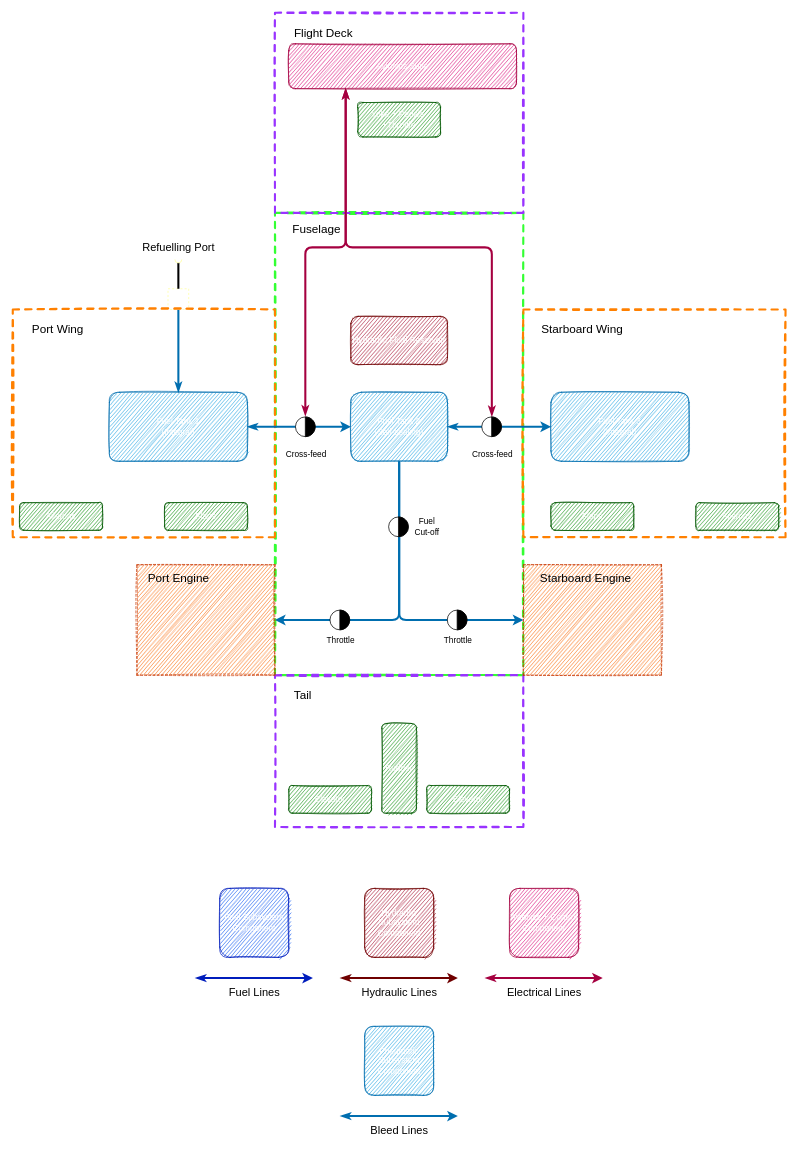
Earlier version of the draw.io diagram pyavd/Models/Subsystems/Systems Diagrams/High Level.drawio (AVD-2021/PyAVD). Source tidied: cells renumbered, new cells numbered last; positions are measured from the earlier drawing's top-left corner, leaving out a move shared by most shapes. Both pictures are drawn from the tidied source at 69%, with x=0, y=0 at pixel (12, 12).
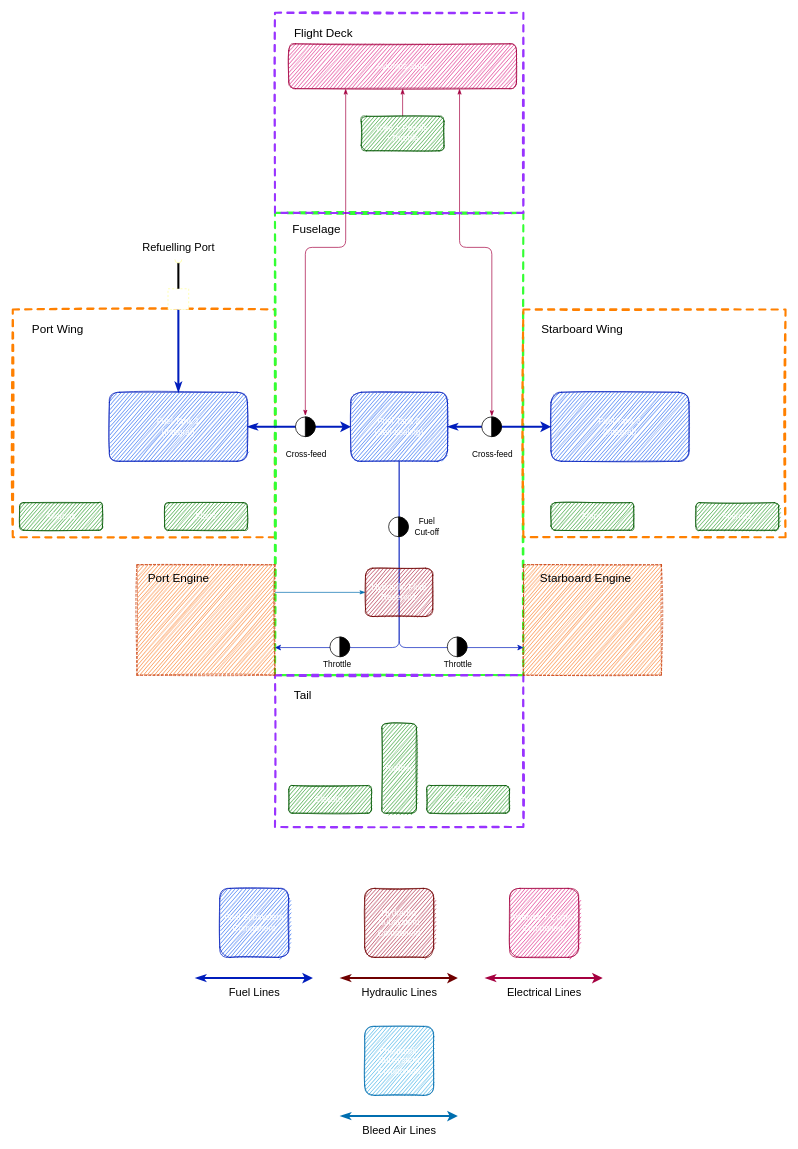
After the change.

Commit message:
high level diag

Unchanged cells that the change refers to:
```xml
<mxCell id="3" style="html=1;rounded=0;glass=0;dashed=1;sketch=0;fontSize=16;strokeColor=#FFFF99;strokeWidth=1;fillColor=#FFFFFF;direction=south;" parent="1" vertex="1">
  <mxGeometry x="225" y="400" width="30" height="30" as="geometry" />
</mxCell>
<mxCell id="19" style="shape=mxgraph.pid.fittings.self-operating_release_valve;html=1;align=center;verticalLabelPosition=bottom;verticalAlign=top;dashed=0;rotation=-45;" parent="1" vertex="1">
  <mxGeometry x="680" y="585" width="30" height="30" as="geometry" />
</mxCell>
<mxCell id="37" style="rounded=0;whiteSpace=wrap;html=1;dashed=1;strokeWidth=1;glass=0;sketch=1;fontColor=#000000;strokeColor=#C73500;fillStyle=auto;fillColor=#fa6800;" parent="1" vertex="1">
  <mxGeometry x="180" y="800" width="200" height="160" as="geometry" />
</mxCell>
<mxCell id="38" style="rounded=0;whiteSpace=wrap;html=1;fillColor=#fa6800;dashed=1;strokeWidth=1;glass=0;sketch=1;strokeColor=#C73500;fontColor=#000000;" parent="1" vertex="1">
  <mxGeometry x="740" y="800" width="200" height="160" as="geometry" />
</mxCell>
<mxCell id="54" value="Avionics Suite" style="rounded=1;whiteSpace=wrap;html=1;fillColor=#d80073;fontColor=#ffffff;strokeColor=#A50040;sketch=1;" parent="1" vertex="1">
  <mxGeometry x="400" y="45" width="330" height="65" as="geometry" />
</mxCell>
```

Diff of the diagram source:
```diff
@@
+    <mxCell id="7" style="rounded=0;whiteSpace=wrap;html=1;fillColor=none;dashed=1;strokeWidth=3;glass=1;sketch=1;strokeColor=#FF8000;" parent="1" vertex="1">
+      <mxGeometry y="430" width="380" height="330" as="geometry" />
+    </mxCell>
-    <mxCell id="2" style="edgeStyle=orthogonalEdgeStyle;rounded=1;jettySize=auto;html=1;entryX=0.5;entryY=0;entryDx=0;entryDy=0;fontSize=16;startArrow=none;startFill=0;endArrow=classicThin;endFill=1;strokeWidth=3;fillColor=#1ba1e2;strokeColor=#006EAF;" parent="1" edge="1" source="3" target="9">
+    <mxCell id="2" style="edgeStyle=orthogonalEdgeStyle;rounded=1;jettySize=auto;html=1;entryX=0.5;entryY=0;entryDx=0;entryDy=0;fontSize=16;startArrow=none;startFill=0;endArrow=classicThin;endFill=1;strokeWidth=3;fillColor=#0050ef;strokeColor=#001DBC;" parent="1" edge="1" source="3" target="9">
       <mxGeometry relative="1" as="geometry" />
     </mxCell>
@@
-    <mxCell id="7" style="rounded=0;whiteSpace=wrap;html=1;fillColor=none;dashed=1;strokeWidth=3;glass=1;sketch=1;strokeColor=#FF8000;" parent="1" vertex="1">
-      <mxGeometry y="430" width="380" height="330" as="geometry" />
-    </mxCell>
-    <mxCell id="8" style="edgeStyle=orthogonalEdgeStyle;rounded=0;jettySize=auto;html=1;entryX=0;entryY=0.5;entryDx=0;entryDy=0;startArrow=classicThin;startFill=1;strokeWidth=3;fillColor=#1ba1e2;strokeColor=#006EAF;" parent="1" edge="1" source="9" target="13">
+    <mxCell id="8" style="edgeStyle=orthogonalEdgeStyle;rounded=0;jettySize=auto;html=1;entryX=0;entryY=0.5;entryDx=0;entryDy=0;startArrow=classicThin;startFill=1;strokeWidth=3;fillColor=#0050ef;strokeColor=#001DBC;" parent="1" edge="1" source="9" target="13">
       <mxGeometry relative="1" as="geometry" />
     </mxCell>
-    <mxCell id="9" value="Fuel Tank 1&lt;br&gt;(Integral)" style="rounded=1;whiteSpace=wrap;html=1;fillColor=#1ba1e2;strokeColor=#006EAF;fontColor=#ffffff;sketch=1;" parent="1" vertex="1">
+    <mxCell id="9" value="Fuel Tank 1&lt;br&gt;(Integral)" style="rounded=1;whiteSpace=wrap;html=1;fillColor=#0050ef;strokeColor=#001DBC;fontColor=#ffffff;sketch=1;" parent="1" vertex="1">
       <mxGeometry x="140" y="550" width="200" height="100" as="geometry" />
     </mxCell>
-    <mxCell id="10" style="edgeStyle=orthogonalEdgeStyle;rounded=0;jettySize=auto;html=1;entryX=0;entryY=0.5;entryDx=0;entryDy=0;startArrow=classicThin;startFill=1;strokeWidth=3;fillColor=#1ba1e2;strokeColor=#006EAF;" parent="1" edge="1" source="13" target="14">
+    <mxCell id="10" style="edgeStyle=orthogonalEdgeStyle;rounded=0;jettySize=auto;html=1;entryX=0;entryY=0.5;entryDx=0;entryDy=0;startArrow=classicThin;startFill=1;strokeWidth=3;fillColor=#0050ef;strokeColor=#001DBC;" parent="1" edge="1" source="13" target="14">
       <mxGeometry relative="1" as="geometry" />
     </mxCell>
-    <mxCell id="11" style="edgeStyle=orthogonalEdgeStyle;jettySize=auto;html=1;entryX=1;entryY=0.5;entryDx=0;entryDy=0;fontSize=16;startArrow=none;startFill=0;strokeWidth=3;fillColor=#1ba1e2;strokeColor=#006EAF;rounded=1;" parent="1" edge="1" source="13" target="37">
+    <mxCell id="11" style="edgeStyle=orthogonalEdgeStyle;jettySize=auto;html=1;entryX=1;entryY=0.75;entryDx=0;entryDy=0;fontSize=16;startArrow=none;startFill=0;strokeWidth=1;fillColor=#0050ef;strokeColor=#001DBC;rounded=1;" parent="1" edge="1" source="13" target="37">
       <mxGeometry relative="1" as="geometry">
         <Array as="points">
-          <mxPoint x="560" y="880" />
+          <mxPoint x="560" y="920" />
         </Array>
       </mxGeometry>
     </mxCell>
-    <mxCell id="12" style="edgeStyle=orthogonalEdgeStyle;rounded=1;jettySize=auto;html=1;entryX=0;entryY=0.5;entryDx=0;entryDy=0;fontSize=16;startArrow=none;startFill=0;strokeWidth=3;fillColor=#1ba1e2;strokeColor=#006EAF;" parent="1" edge="1" source="13" target="38">
+    <mxCell id="12" style="edgeStyle=orthogonalEdgeStyle;rounded=1;jettySize=auto;html=1;entryX=0;entryY=0.75;entryDx=0;entryDy=0;fontSize=16;startArrow=none;startFill=0;strokeWidth=1;fillColor=#0050ef;strokeColor=#001DBC;" parent="1" edge="1" source="13" target="38">
       <mxGeometry relative="1" as="geometry">
         <Array as="points">
-          <mxPoint x="560" y="880" />
+          <mxPoint x="560" y="920" />
         </Array>
       </mxGeometry>
     </mxCell>
-    <mxCell id="13" value="Fuel Tank 2&lt;br&gt;(Self-sealing)" style="rounded=1;whiteSpace=wrap;html=1;fillColor=#1ba1e2;strokeColor=#006EAF;fontColor=#ffffff;sketch=1;" parent="1" vertex="1">
+    <mxCell id="13" value="Fuel Tank 2&lt;br&gt;(Self-sealing)" style="rounded=1;whiteSpace=wrap;html=1;fillColor=#0050ef;strokeColor=#001DBC;fontColor=#ffffff;sketch=1;" parent="1" vertex="1">
       <mxGeometry x="490" y="550" width="140" height="100" as="geometry" />
     </mxCell>
-    <mxCell id="14" value="Fuel Tank 3&lt;br&gt;(Integral)" style="rounded=1;whiteSpace=wrap;html=1;fillColor=#1ba1e2;strokeColor=#006EAF;fontColor=#ffffff;sketch=1;" parent="1" vertex="1">
+    <mxCell id="14" value="Fuel Tank 3&lt;br&gt;(Integral)" style="rounded=1;whiteSpace=wrap;html=1;fillColor=#0050ef;strokeColor=#001DBC;fontColor=#ffffff;sketch=1;" parent="1" vertex="1">
       <mxGeometry x="780" y="550" width="200" height="100" as="geometry" />
     </mxCell>
@@
-    <mxCell id="18" style="edgeStyle=orthogonalEdgeStyle;rounded=1;jettySize=auto;html=1;entryX=0.25;entryY=1;entryDx=0;entryDy=0;fontSize=12;startArrow=classicThin;startFill=1;endArrow=classicThin;endFill=1;strokeWidth=3;fillColor=#d80073;strokeColor=#A50040;exitX=0.843;exitY=0.124;exitDx=0;exitDy=0;exitPerimeter=0;" parent="1" edge="1" source="19" target="54">
+    <mxCell id="18" style="edgeStyle=orthogonalEdgeStyle;rounded=1;jettySize=auto;html=1;entryX=0.75;entryY=1;entryDx=0;entryDy=0;fontSize=12;startArrow=classicThin;startFill=1;endArrow=classicThin;endFill=1;strokeWidth=1;fillColor=#d80073;strokeColor=#A50040;exitX=0.843;exitY=0.124;exitDx=0;exitDy=0;exitPerimeter=0;" parent="1" edge="1" source="19" target="54">
       <mxGeometry relative="1" as="geometry">
         <Array as="points">
           <mxPoint x="694" y="340" />
-          <mxPoint x="483" y="340" />
+          <mxPoint x="648" y="340" />
         </Array>
       </mxGeometry>
     </mxCell>
@@
-    <mxCell id="34" value="Bleed Lines" style="text;html=1;align=center;verticalAlign=middle;strokeColor=none;fontSize=16;" parent="1" vertex="1">
-      <mxGeometry x="510" y="1609" width="100" height="20" as="geometry" />
+    <mxCell id="34" value="Bleed Air Lines" style="text;html=1;align=center;verticalAlign=middle;strokeColor=none;fontSize=16;" parent="1" vertex="1">
+      <mxGeometry x="500" y="1609" width="120" height="20" as="geometry" />
     </mxCell>
@@
+    <mxCell id="62" style="edgeStyle=orthogonalEdgeStyle;rounded=1;jettySize=auto;html=1;entryX=0;entryY=0.5;entryDx=0;entryDy=0;fontSize=12;startArrow=none;startFill=0;endArrow=classicThin;endFill=1;strokeWidth=1;fillColor=#1ba1e2;strokeColor=#006EAF;exitX=1;exitY=0.25;exitDx=0;exitDy=0;" parent="1" edge="1" source="37" target="60">
+      <mxGeometry relative="1" as="geometry" />
+    </mxCell>
@@
-    <mxCell id="53" style="edgeStyle=orthogonalEdgeStyle;rounded=1;jettySize=auto;html=1;fontSize=12;startArrow=classicThin;startFill=1;endArrow=classicThin;endFill=1;strokeWidth=3;fillColor=#d80073;strokeColor=#A50040;exitX=0.25;exitY=1;exitDx=0;exitDy=0;" parent="1" edge="1" source="54">
+    <mxCell id="53" style="edgeStyle=orthogonalEdgeStyle;rounded=1;jettySize=auto;html=1;fontSize=12;startArrow=classicThin;startFill=1;endArrow=classicThin;endFill=1;strokeWidth=1;fillColor=#d80073;strokeColor=#A50040;exitX=0.25;exitY=1;exitDx=0;exitDy=0;" parent="1" edge="1" source="54">
       <mxGeometry relative="1" as="geometry">
         <mxPoint x="424" y="584" as="targetPoint" />
         <Array as="points">
           <mxPoint x="483" y="340" />
           <mxPoint x="424" y="340" />
         </Array>
       </mxGeometry>
     </mxCell>
@@
+    <mxCell id="63" style="edgeStyle=orthogonalEdgeStyle;rounded=1;jettySize=auto;html=1;entryX=0.5;entryY=1;entryDx=0;entryDy=0;fontSize=12;startArrow=none;startFill=0;endArrow=classicThin;endFill=1;strokeWidth=1;fillColor=#d80073;strokeColor=#A50040;" parent="1" edge="1" source="55" target="54">
+      <mxGeometry relative="1" as="geometry" />
+    </mxCell>
     <mxCell id="55" value="Yoke + Pedals&amp;nbsp; +Throttle" style="rounded=1;whiteSpace=wrap;html=1;glass=0;sketch=1;fontSize=12;strokeColor=#005700;strokeWidth=1;fillColor=#008a00;fontColor=#ffffff;" parent="1" vertex="1">
-      <mxGeometry x="500" y="130" width="120" height="50" as="geometry" />
+      <mxGeometry x="505" y="150" width="120" height="50" as="geometry" />
     </mxCell>
     <mxCell id="56" style="shape=mxgraph.pid.fittings.self-operating_release_valve;html=1;align=center;verticalLabelPosition=bottom;verticalAlign=top;dashed=0;rotation=-45;" parent="1" vertex="1">
-      <mxGeometry x="460" y="865" width="30" height="30" as="geometry" />
+      <mxGeometry x="460" y="904" width="30" height="30" as="geometry" />
     </mxCell>
     <mxCell id="57" style="shape=mxgraph.pid.fittings.self-operating_release_valve;html=1;align=center;verticalLabelPosition=bottom;verticalAlign=top;dashed=0;rotation=-45;" parent="1" vertex="1">
-      <mxGeometry x="630" y="865" width="30" height="30" as="geometry" />
+      <mxGeometry x="630" y="904" width="30" height="30" as="geometry" />
     </mxCell>
     <mxCell id="58" value="Throttle" style="text;html=1;align=center;verticalAlign=middle;strokeColor=none;fontSize=12;" parent="1" vertex="1">
-      <mxGeometry x="445" y="900" width="60" height="20" as="geometry" />
+      <mxGeometry x="440" y="934" width="60" height="20" as="geometry" />
     </mxCell>
     <mxCell id="59" value="Throttle" style="text;html=1;align=center;verticalAlign=middle;strokeColor=none;fontSize=12;" parent="1" vertex="1">
-      <mxGeometry x="615" y="900" width="60" height="20" as="geometry" />
+      <mxGeometry x="615" y="934" width="60" height="20" as="geometry" />
     </mxCell>
     <mxCell id="60" value="Hydraulic Fluid Reservoir" style="rounded=1;whiteSpace=wrap;html=1;fillColor=#a20025;strokeColor=#6F0000;fontColor=#ffffff;sketch=1;" parent="1" vertex="1">
-      <mxGeometry x="490" y="440" width="140" height="70" as="geometry" />
+      <mxGeometry x="511.2" y="805" width="97.5" height="70" as="geometry" />
     </mxCell>
```
